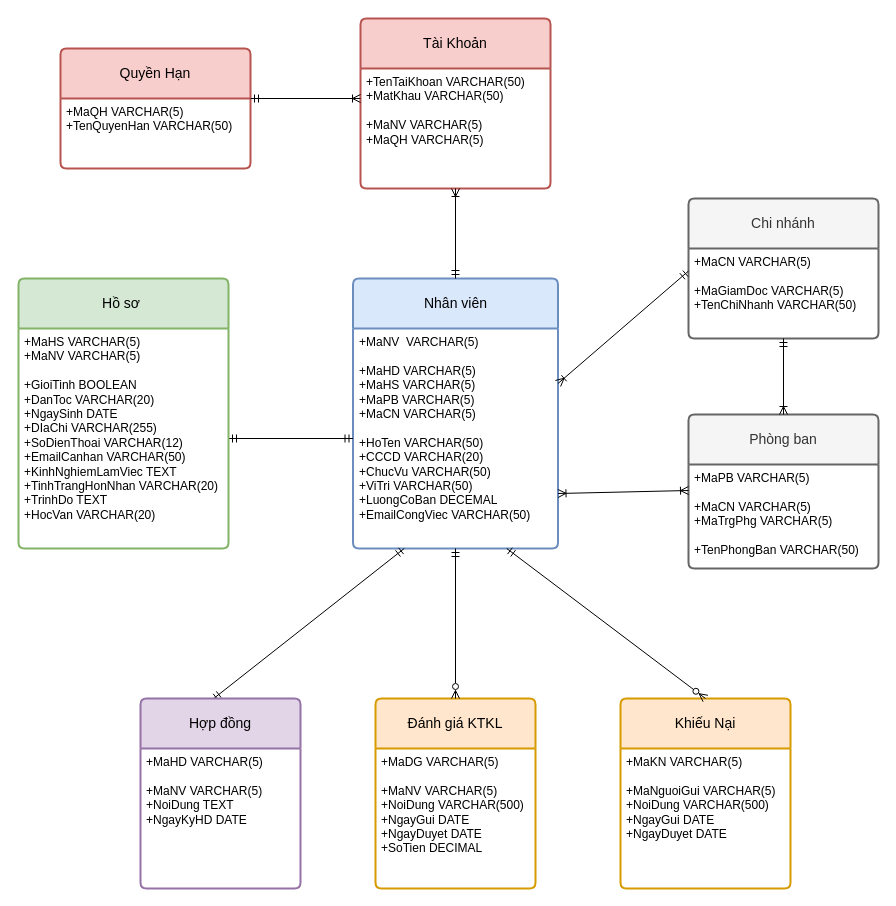
The draw.io diagram Untitled Diagram.drawio in dunkvippro/Quanlythuexe, before the edit. Source tidied: cells renumbered, new cells numbered last; positions are measured from the earlier drawing's top-left corner, leaving out a move shared by most shapes. Both pictures are drawn from the tidied source at 100%, with x=0, y=0 at pixel (18, 18).
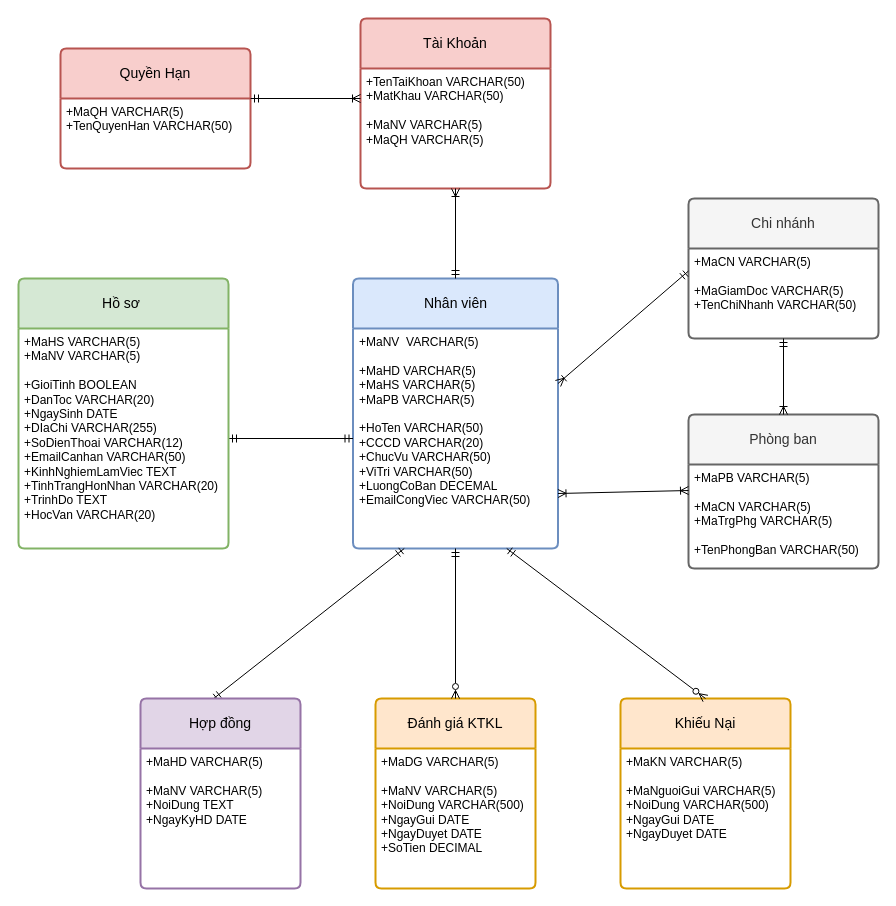
The same diagram, later.

The change refers to these unchanged cells:
```xml
<mxCell id="7" value="Nhân viên" style="swimlane;horizontal=1;startSize=50;rounded=1;fontSize=14;fontStyle=0;strokeWidth=2;shadow=0;dashed=0;align=center;arcSize=4;whiteSpace=wrap;html=1;fillColor=#dae8fc;strokeColor=#6c8ebf;" parent="1" vertex="1">
  <mxGeometry x="334.5" y="260" width="205" height="270" as="geometry" />
</mxCell>
```

Change to the diagram source:
```diff
@@
-    <mxCell id="8" value="+MaNV&amp;nbsp; VARCHAR(5)&lt;br&gt;&lt;br&gt;+MaHD VARCHAR(5)&lt;br&gt;+MaHS VARCHAR(5)&lt;br&gt;+MaPB VARCHAR(5)&lt;br&gt;+MaCN VARCHAR(5)&lt;br&gt;&lt;br&gt;+HoTen VARCHAR(50)&lt;br&gt;+CCCD VARCHAR(20)&lt;br&gt;+ChucVu VARCHAR(50)&lt;br style=&quot;border-color: var(--border-color);&quot;&gt;+ViTri VARCHAR(50)&lt;br&gt;+LuongCoBan DECEMAL&lt;br style=&quot;border-color: var(--border-color);&quot;&gt;+EmailCongViec VARCHAR(50)" style="align=left;strokeColor=none;fillColor=none;spacingLeft=4;fontSize=12;verticalAlign=top;html=1;" parent="7" vertex="1">
+    <mxCell id="8" value="+MaNV&amp;nbsp; VARCHAR(5)&lt;br&gt;&lt;br&gt;+MaHD VARCHAR(5)&lt;br&gt;+MaHS VARCHAR(5)&lt;br&gt;+MaPB VARCHAR(5)&lt;br&gt;&lt;br&gt;+HoTen VARCHAR(50)&lt;br&gt;+CCCD VARCHAR(20)&lt;br&gt;+ChucVu VARCHAR(50)&lt;br style=&quot;border-color: var(--border-color);&quot;&gt;+ViTri VARCHAR(50)&lt;br&gt;+LuongCoBan DECEMAL&lt;br style=&quot;border-color: var(--border-color);&quot;&gt;+EmailCongViec VARCHAR(50)" style="align=left;strokeColor=none;fillColor=none;spacingLeft=4;fontSize=12;verticalAlign=top;html=1;" parent="7" vertex="1">
       <mxGeometry y="50" width="205" height="220" as="geometry" />
     </mxCell>
```
